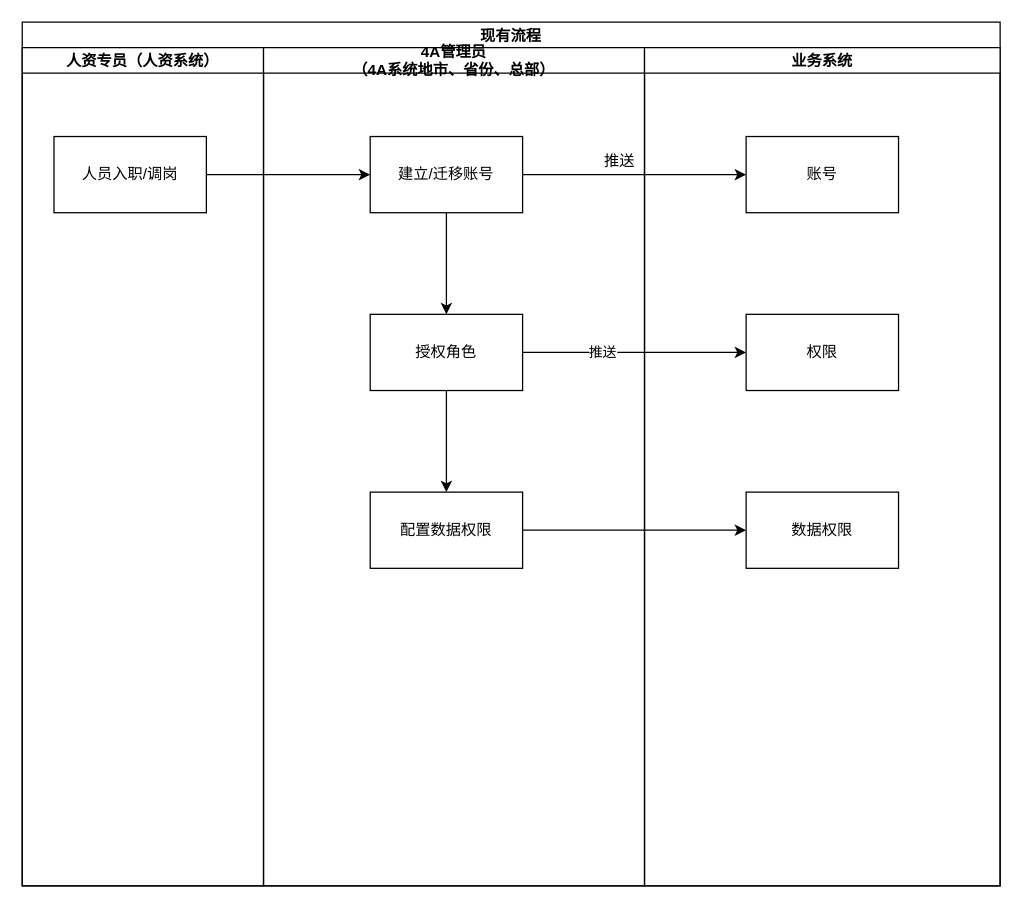
Before: page "原有授权模式" (1 of 3) of 授权调整.drawio in 158698706/tt4a, a draw.io diagram. Source tidied: cells renumbered, new cells numbered last; positions are measured from the earlier drawing's top-left corner, leaving out a move shared by most shapes. Both pictures are drawn from the tidied source at 127%, with x=0, y=0 at pixel (22, 22).
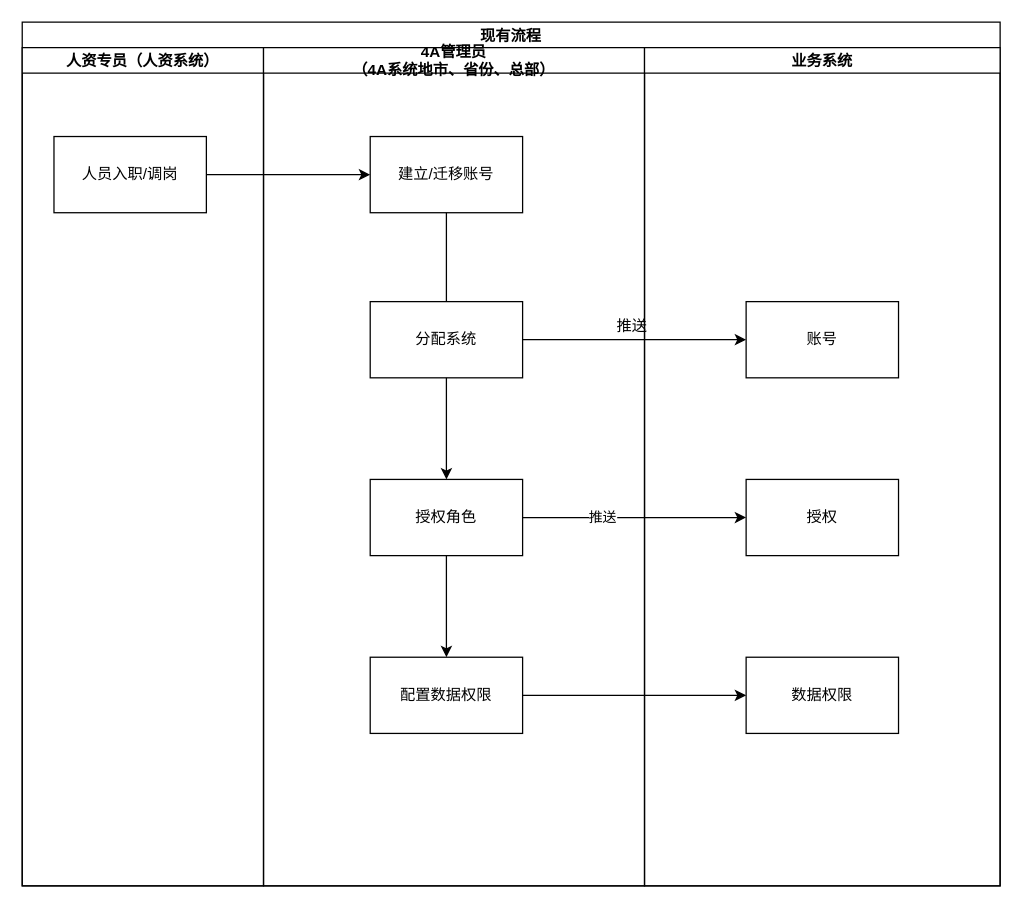
Above is the later version.

The change refers to these unchanged cells:
```xml
<mxCell id="2" value="现有流程" style="swimlane;startSize=20;" parent="1" vertex="1">
  <mxGeometry width="770" height="680" as="geometry" />
</mxCell>
<mxCell id="5" value="4A管理员&#10;（4A系统地市、省份、总部）" style="swimlane;startSize=20;" parent="2" vertex="1">
  <mxGeometry x="190" y="20" width="300" height="660" as="geometry" />
</mxCell>
<mxCell id="7" value="建立/迁移账号" style="whiteSpace=wrap;html=1;rounded=0;" parent="5" vertex="1">
  <mxGeometry x="84" y="70" width="120" height="60" as="geometry" />
</mxCell>
<mxCell id="10" value="业务系统" style="swimlane;startSize=20;" parent="2" vertex="1">
  <mxGeometry x="490" y="20" width="280" height="660" as="geometry" />
</mxCell>
```

Change to the diagram source:
```diff
@@
     <mxCell id="6" value="推送" style="text;html=1;align=center;verticalAlign=middle;strokeColor=none;fillColor=none;" parent="5" vertex="1">
-      <mxGeometry x="260" y="80" width="40" height="20" as="geometry" />
+      <mxGeometry x="270" y="210" width="40" height="20" as="geometry" />
     </mxCell>
@@
     <mxCell id="8" value="授权角色" style="whiteSpace=wrap;html=1;rounded=0;" parent="5" vertex="1">
-      <mxGeometry x="84" y="210" width="120" height="60" as="geometry" />
+      <mxGeometry x="84" y="340" width="120" height="60" as="geometry" />
     </mxCell>
@@
+    <mxCell id="21" value="分配系统" style="rounded=0;whiteSpace=wrap;html=1;" parent="5" vertex="1">
+      <mxGeometry x="84" y="200" width="120" height="60" as="geometry" />
+    </mxCell>
@@
     <mxCell id="11" value="账号" style="whiteSpace=wrap;html=1;rounded=0;" parent="10" vertex="1">
-      <mxGeometry x="80" y="70" width="120" height="60" as="geometry" />
+      <mxGeometry x="80" y="200" width="120" height="60" as="geometry" />
     </mxCell>
-    <mxCell id="12" value="权限" style="whiteSpace=wrap;html=1;rounded=0;" parent="10" vertex="1">
-      <mxGeometry x="80" y="210" width="120" height="60" as="geometry" />
+    <mxCell id="12" value="授权" style="whiteSpace=wrap;html=1;rounded=0;" parent="10" vertex="1">
+      <mxGeometry x="80" y="340" width="120" height="60" as="geometry" />
     </mxCell>
     <mxCell id="13" value="数据权限" style="whiteSpace=wrap;html=1;rounded=0;" parent="10" vertex="1">
-      <mxGeometry x="80" y="350" width="120" height="60" as="geometry" />
+      <mxGeometry x="80" y="480" width="120" height="60" as="geometry" />
     </mxCell>
@@
-    <mxCell id="15" style="edgeStyle=orthogonalEdgeStyle;rounded=0;jettySize=auto;html=1;" parent="2" edge="1" source="7" target="11">
+    <mxCell id="15" style="edgeStyle=orthogonalEdgeStyle;rounded=0;jettySize=auto;html=1;exitX=1;exitY=0.5;exitDx=0;exitDy=0;" parent="2" edge="1" source="21" target="11">
       <mxGeometry relative="1" as="geometry" />
     </mxCell>
@@
     <mxCell id="19" value="配置数据权限" style="whiteSpace=wrap;html=1;rounded=0;" parent="1" vertex="1">
-      <mxGeometry x="274" y="370" width="120" height="60" as="geometry" />
+      <mxGeometry x="274" y="500" width="120" height="60" as="geometry" />
     </mxCell>
```
